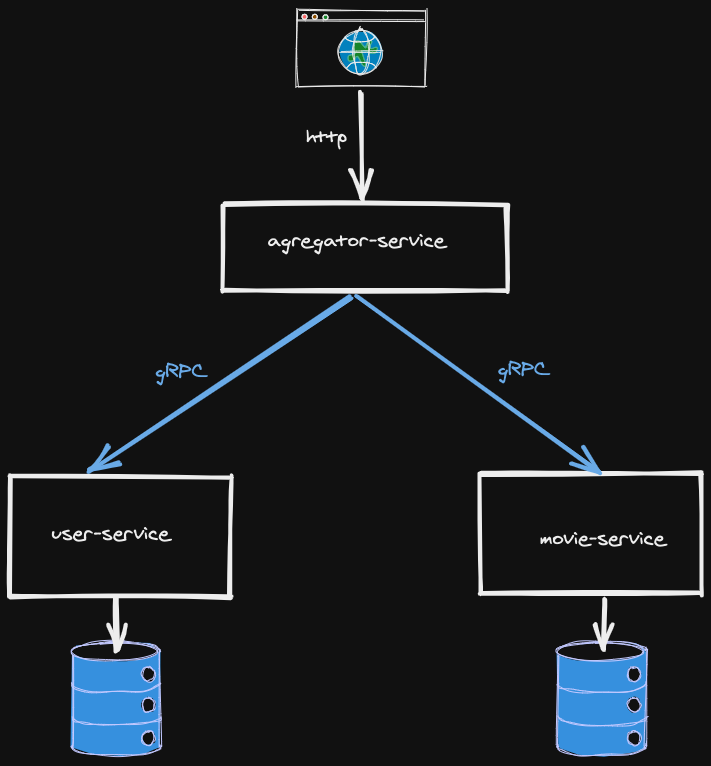
guedim/spring-projects keeps this Excalidraw diagram as grpc-flix/services.png. Above is the earlier version. Source tidied: one line per element, renumbered; positions are measured from the earlier drawing's top-left corner, leaving out a move shared by most shapes.
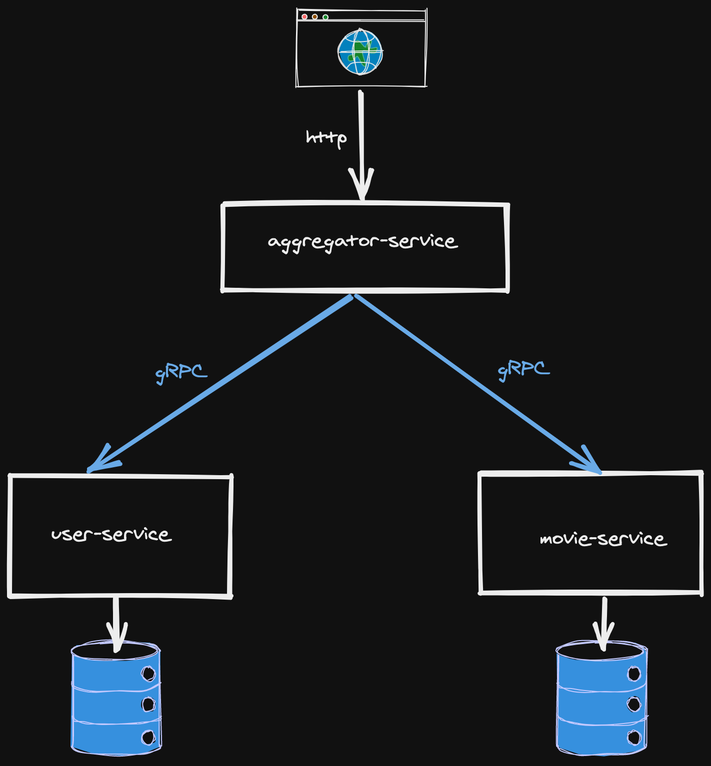
The same file after the commit.

The edit, as a diff of the source:
```diff
@@ -1,5 +1,5 @@
 {"id": 0, "type": "rectangle", "strokeColor": "#000000", "strokeWidth": 4, "roughness": 1, "x": 213, "y": 195, "width": 284, "height": 86}
-{"id": 1, "type": "text", "text": "agregator-service", "strokeColor": "#000000", "strokeWidth": 4, "roughness": 1, "fontSize": 20, "fontFamily": 1, "x": 258, "y": 218, "width": 177, "height": 25}
+{"id": 1, "type": "text", "text": "aggregator-service", "strokeColor": "#000000", "strokeWidth": 4, "roughness": 1, "fontSize": 20, "fontFamily": 1, "x": 258, "y": 218, "width": 188, "height": 25}
 {"id": 2, "type": "rectangle", "strokeColor": "#000000", "strokeWidth": 4, "roughness": 1, "x": 0, "y": 467, "width": 221, "height": 120}
 {"id": 3, "type": "text", "text": "user-service", "strokeColor": "#000000", "strokeWidth": 4, "roughness": 1, "fontSize": 20, "fontFamily": 1, "textAlign": "center", "verticalAlign": "middle", "x": 41, "y": 511, "width": 118, "height": 25}
 {"id": 4, "type": "rectangle", "strokeColor": "#000000", "strokeWidth": 4, "roughness": 1, "x": 470, "y": 464, "width": 221, "height": 120}
```
